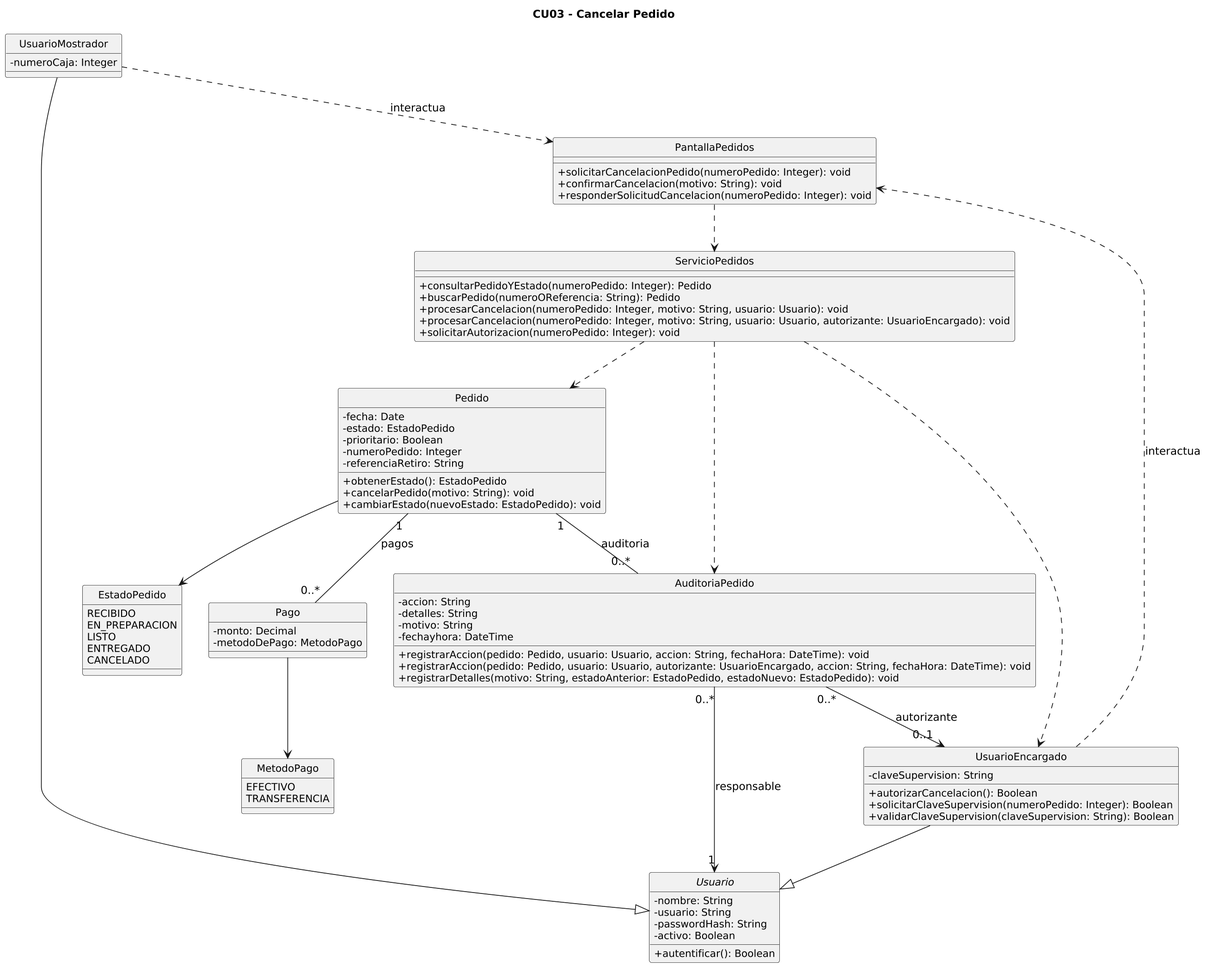
Before: diagramas/01-diagrama-clases/03-clases-cancelar-pedido-03.png, a diagram exported from PlantUML (eloeyhe/SistemaPedidos).
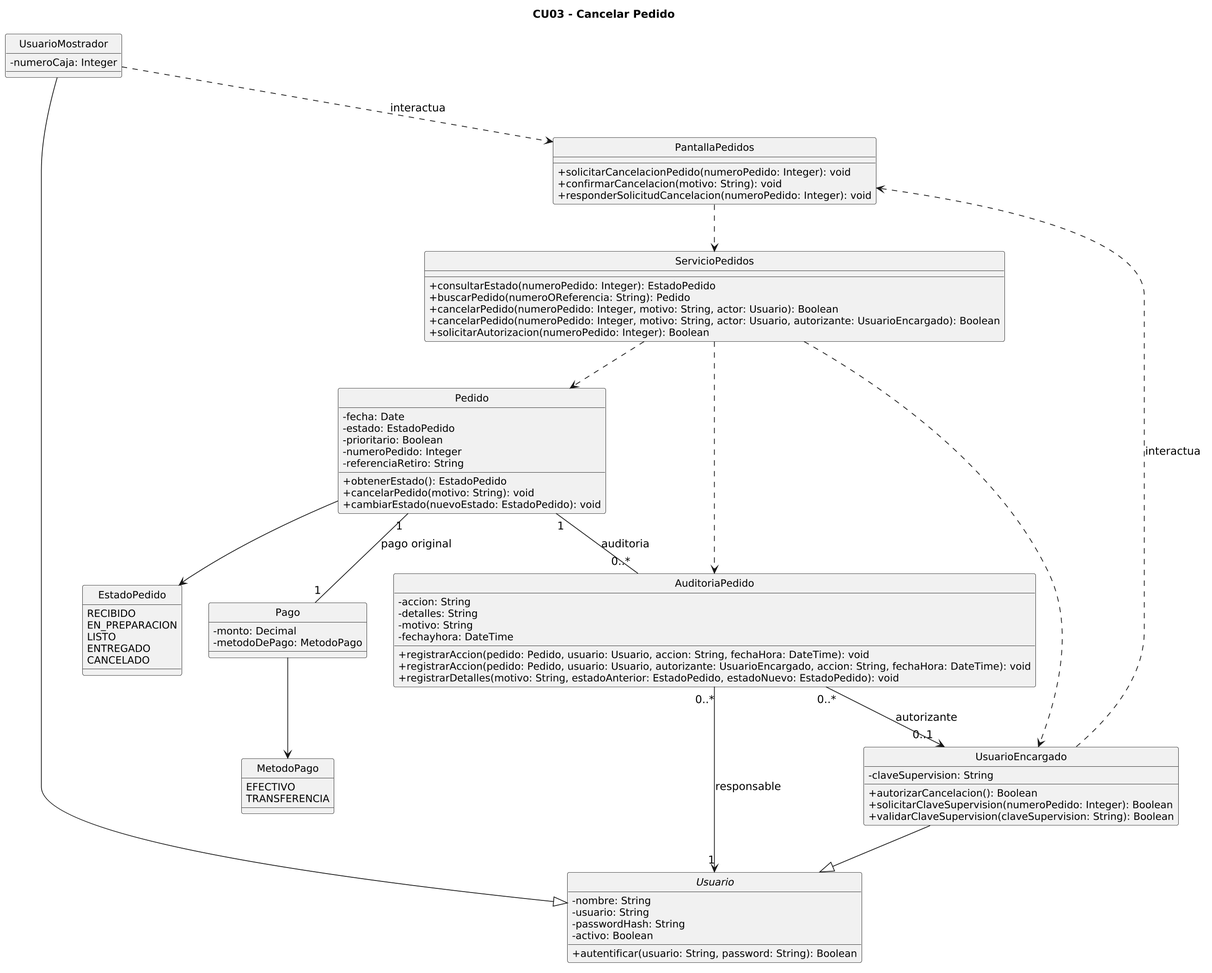
Above is the later version.

Change to the diagram source:
```diff
@@ -13,7 +13,7 @@
   -usuario: String
   -passwordHash: String
   -activo: Boolean
-  +autentificar(): Boolean
+  +autentificar(usuario: String, password: String): Boolean
 }
 
 class UsuarioMostrador {
@@ -34,11 +34,11 @@
 }
 
 class ServicioPedidos {
-  +consultarPedidoYEstado(numeroPedido: Integer): Pedido
+  +consultarEstado(numeroPedido: Integer): EstadoPedido
   +buscarPedido(numeroOReferencia: String): Pedido
-  +procesarCancelacion(numeroPedido: Integer, motivo: String, usuario: Usuario): void
-  +procesarCancelacion(numeroPedido: Integer, motivo: String, usuario: Usuario, autorizante: UsuarioEncargado): void
-  +solicitarAutorizacion(numeroPedido: Integer): void
+  +cancelarPedido(numeroPedido: Integer, motivo: String, actor: Usuario): Boolean
+  +cancelarPedido(numeroPedido: Integer, motivo: String, actor: Usuario, autorizante: UsuarioEncargado): Boolean
+  +solicitarAutorizacion(numeroPedido: Integer): Boolean
 }
 
 class Pedido {
@@ -91,7 +91,7 @@
 ServicioPedidos ..> AuditoriaPedido
 ServicioPedidos ..> UsuarioEncargado
 
-Pedido "1" -- "0..*" Pago : pagos
+Pedido "1" -- "1" Pago : pago original
 Pedido "1" -- "0..*" AuditoriaPedido : auditoria
 
 AuditoriaPedido "0..*" --> "1" Usuario : responsable
```
